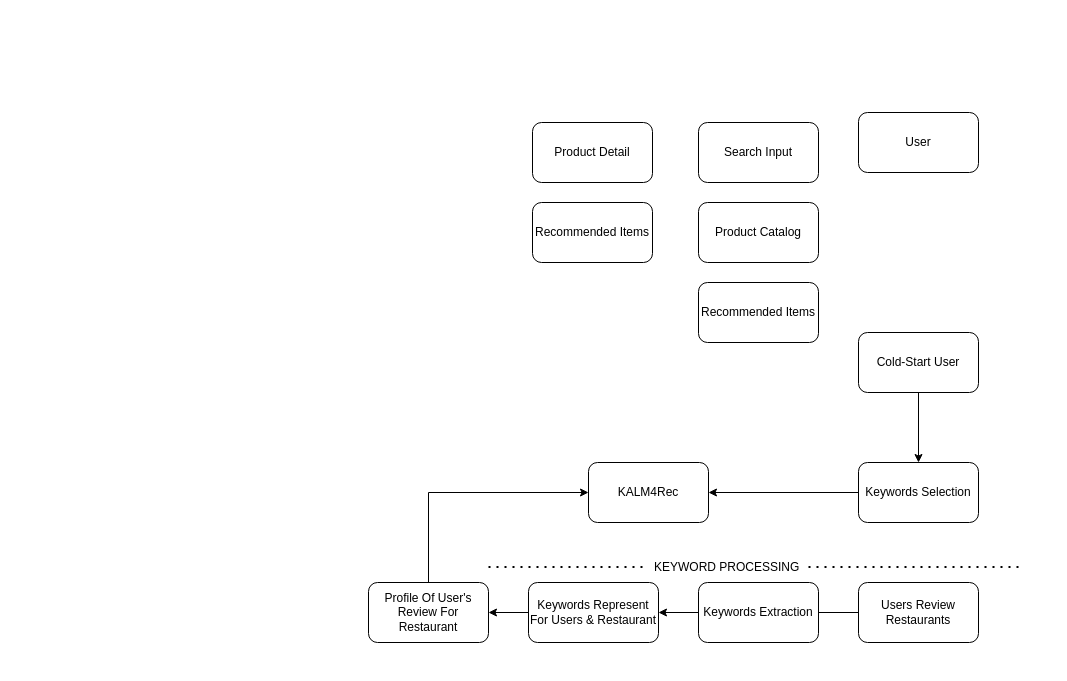
Before: Untitled Diagram.drawio in Mancupfire/KALM4Rec_DemoDesign, a draw.io diagram. Source tidied: cells renumbered, new cells numbered last; positions are measured from the earlier drawing's top-left corner, leaving out a move shared by most shapes. Both pictures are drawn from the tidied source at 100%, with x=0, y=0 at pixel (368, 112).
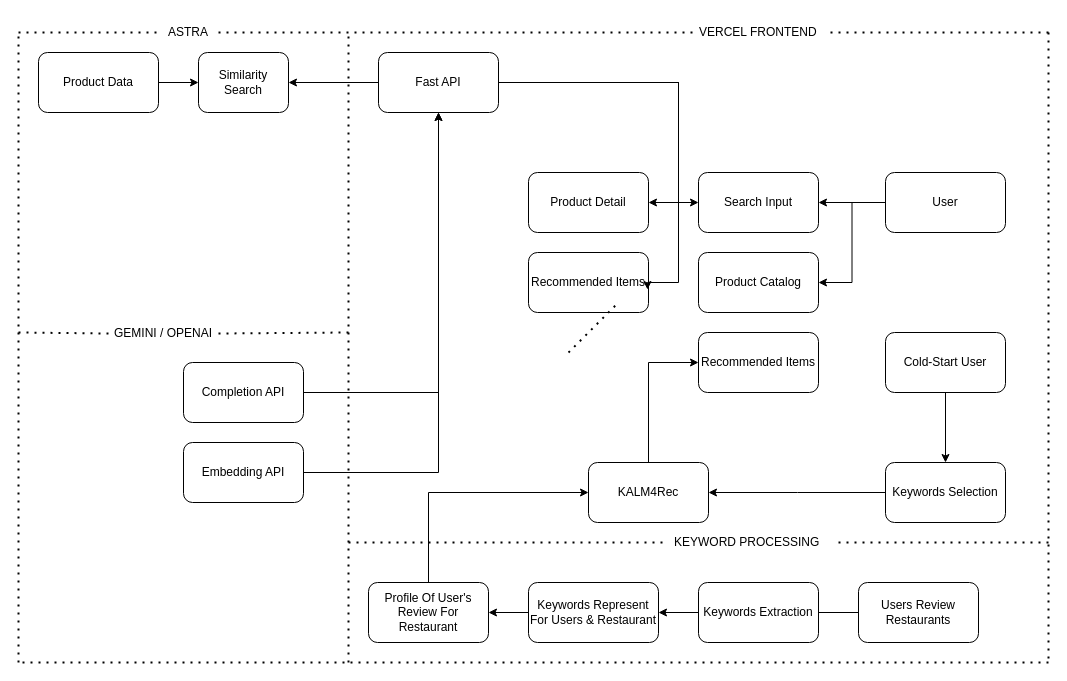
The same diagram, later.

Commit message (it also covers changes not shown here):
KALM4Rec_WebDemoDesign

The change refers to these unchanged cells:
```xml
<mxCell id="7" value="KALM4Rec" style="rounded=1;whiteSpace=wrap;html=1;" parent="1" vertex="1">
  <mxGeometry x="220" y="350" width="120" height="60" as="geometry" />
</mxCell>
```

What changed in the source:
```diff
@@
+    <mxCell id="24" style="edgeStyle=orthogonalEdgeStyle;rounded=0;jettySize=auto;html=1;" parent="1" edge="1" source="2" target="19">
+      <mxGeometry relative="1" as="geometry" />
+    </mxCell>
+    <mxCell id="25" style="edgeStyle=orthogonalEdgeStyle;rounded=0;jettySize=auto;html=1;entryX=1;entryY=0.5;entryDx=0;entryDy=0;" parent="1" edge="1" source="2" target="20">
+      <mxGeometry relative="1" as="geometry" />
+    </mxCell>
     <mxCell id="2" value="User" style="rounded=1;whiteSpace=wrap;html=1;" parent="1" vertex="1">
-      <mxGeometry x="490" width="120" height="60" as="geometry" />
+      <mxGeometry x="517" y="60" width="120" height="60" as="geometry" />
     </mxCell>
@@
     <mxCell id="4" value="Cold-Start User" style="rounded=1;whiteSpace=wrap;html=1;" parent="1" vertex="1">
-      <mxGeometry x="490" y="220" width="120" height="60" as="geometry" />
+      <mxGeometry x="517" y="220" width="120" height="60" as="geometry" />
     </mxCell>
@@
     <mxCell id="6" value="Keywords Selection" style="rounded=1;whiteSpace=wrap;html=1;" parent="1" vertex="1">
-      <mxGeometry x="490" y="350" width="120" height="60" as="geometry" />
+      <mxGeometry x="517" y="350" width="120" height="60" as="geometry" />
     </mxCell>
+    <mxCell id="26" style="edgeStyle=orthogonalEdgeStyle;rounded=0;jettySize=auto;html=1;entryX=0;entryY=0.5;entryDx=0;entryDy=0;" parent="1" edge="1" source="7" target="21">
+      <mxGeometry relative="1" as="geometry" />
+    </mxCell>
@@
-    <mxCell id="8" style="endArrow=none;dashed=1;html=1;dashPattern=1 3;strokeWidth=2;rounded=0;" parent="1" edge="1">
-      <mxGeometry relative="1" as="geometry">
-        <mxPoint x="120" y="454.5" as="sourcePoint" />
-        <mxPoint x="280" y="454.5" as="targetPoint" />
-      </mxGeometry>
-    </mxCell>
-    <mxCell id="9" style="endArrow=none;dashed=1;html=1;dashPattern=1 3;strokeWidth=2;rounded=0;" parent="1" edge="1">
-      <mxGeometry relative="1" as="geometry">
-        <mxPoint x="440" y="454.5" as="sourcePoint" />
-        <mxPoint x="650" y="454.5" as="targetPoint" />
-      </mxGeometry>
-    </mxCell>
-    <mxCell id="10" value="KEYWORD PROCESSING" style="text;strokeColor=none;fillColor=none;align=left;verticalAlign=middle;spacingLeft=4;spacingRight=4;overflow=hidden;points=[[0,0.5],[1,0.5]];portConstraint=eastwest;whiteSpace=wrap;html=1;" parent="1" vertex="1">
-      <mxGeometry x="280" y="440" width="160" height="30" as="geometry" />
-    </mxCell>
@@
     <mxCell id="19" value="Search Input" style="rounded=1;whiteSpace=wrap;html=1;" parent="1" vertex="1">
-      <mxGeometry x="330" y="10" width="120" height="60" as="geometry" />
+      <mxGeometry x="330" y="60" width="120" height="60" as="geometry" />
     </mxCell>
     <mxCell id="20" value="Product Catalog" style="rounded=1;whiteSpace=wrap;html=1;" parent="1" vertex="1">
-      <mxGeometry x="330" y="90" width="120" height="60" as="geometry" />
+      <mxGeometry x="330" y="140" width="120" height="60" as="geometry" />
     </mxCell>
     <mxCell id="21" value="Recommended Items" style="rounded=1;whiteSpace=wrap;html=1;" parent="1" vertex="1">
-      <mxGeometry x="330" y="170" width="120" height="60" as="geometry" />
+      <mxGeometry x="330" y="220" width="120" height="60" as="geometry" />
     </mxCell>
     <mxCell id="22" value="Recommended Items" style="rounded=1;whiteSpace=wrap;html=1;" parent="1" vertex="1">
-      <mxGeometry x="164" y="90" width="120" height="60" as="geometry" />
+      <mxGeometry x="160" y="140" width="120" height="60" as="geometry" />
     </mxCell>
     <mxCell id="23" value="Product Detail" style="rounded=1;whiteSpace=wrap;html=1;" parent="1" vertex="1">
-      <mxGeometry x="164" y="10" width="120" height="60" as="geometry" />
+      <mxGeometry x="160" y="60" width="120" height="60" as="geometry" />
     </mxCell>
+    <mxCell id="27" style="edgeStyle=orthogonalEdgeStyle;rounded=0;jettySize=auto;html=1;entryX=0;entryY=0.5;entryDx=0;entryDy=0;" parent="1" edge="1" source="30" target="19">
+      <mxGeometry relative="1" as="geometry">
+        <Array as="points">
+          <mxPoint x="310" y="-30" />
+          <mxPoint x="310" y="90" />
+        </Array>
+      </mxGeometry>
+    </mxCell>
+    <mxCell id="28" style="edgeStyle=orthogonalEdgeStyle;rounded=0;jettySize=auto;html=1;entryX=1;entryY=0.5;entryDx=0;entryDy=0;" parent="1" edge="1" source="30" target="23">
+      <mxGeometry relative="1" as="geometry">
+        <Array as="points">
+          <mxPoint x="310" y="-30" />
+          <mxPoint x="310" y="90" />
+        </Array>
+      </mxGeometry>
+    </mxCell>
+    <mxCell id="29" style="edgeStyle=orthogonalEdgeStyle;rounded=0;jettySize=auto;html=1;entryX=1;entryY=0.5;entryDx=0;entryDy=0;" parent="1" edge="1" source="30" target="32">
+      <mxGeometry relative="1" as="geometry" />
+    </mxCell>
+    <mxCell id="30" value="Fast API" style="rounded=1;whiteSpace=wrap;html=1;" parent="1" vertex="1">
+      <mxGeometry x="10" y="-60" width="120" height="60" as="geometry" />
+    </mxCell>
+    <mxCell id="31" style="edgeStyle=orthogonalEdgeStyle;rounded=0;jettySize=auto;html=1;entryX=0.992;entryY=0.617;entryDx=0;entryDy=0;entryPerimeter=0;" parent="1" edge="1" source="30" target="22">
+      <mxGeometry relative="1" as="geometry">
+        <Array as="points">
+          <mxPoint x="310" y="-30" />
+          <mxPoint x="310" y="170" />
+          <mxPoint x="279" y="170" />
+        </Array>
+      </mxGeometry>
+    </mxCell>
+    <mxCell id="32" value="Similarity Search" style="rounded=1;whiteSpace=wrap;html=1;" parent="1" vertex="1">
+      <mxGeometry x="-170" y="-60" width="90" height="60" as="geometry" />
+    </mxCell>
+    <mxCell id="33" style="edgeStyle=orthogonalEdgeStyle;rounded=0;jettySize=auto;html=1;entryX=0;entryY=0.5;entryDx=0;entryDy=0;" parent="1" edge="1" source="34" target="32">
+      <mxGeometry relative="1" as="geometry" />
+    </mxCell>
+    <mxCell id="34" value="Product Data" style="rounded=1;whiteSpace=wrap;html=1;" parent="1" vertex="1">
+      <mxGeometry x="-330" y="-60" width="120" height="60" as="geometry" />
+    </mxCell>
+    <mxCell id="35" style="edgeStyle=orthogonalEdgeStyle;rounded=0;jettySize=auto;html=1;entryX=0.5;entryY=1;entryDx=0;entryDy=0;" parent="1" edge="1" source="36" target="30">
+      <mxGeometry relative="1" as="geometry" />
+    </mxCell>
+    <mxCell id="36" value="Completion API" style="rounded=1;whiteSpace=wrap;html=1;" parent="1" vertex="1">
+      <mxGeometry x="-185" y="250" width="120" height="60" as="geometry" />
+    </mxCell>
+    <mxCell id="37" style="edgeStyle=orthogonalEdgeStyle;rounded=0;jettySize=auto;html=1;entryX=0.5;entryY=1;entryDx=0;entryDy=0;" parent="1" edge="1" source="38" target="30">
+      <mxGeometry relative="1" as="geometry" />
+    </mxCell>
+    <mxCell id="38" value="Embedding API" style="rounded=1;whiteSpace=wrap;html=1;" parent="1" vertex="1">
+      <mxGeometry x="-185" y="330" width="120" height="60" as="geometry" />
+    </mxCell>
+    <mxCell id="39" style="endArrow=none;dashed=1;html=1;dashPattern=1 3;strokeWidth=2;rounded=0;" parent="1" edge="1">
+      <mxGeometry relative="1" as="geometry">
+        <mxPoint x="-350" y="550" as="sourcePoint" />
+        <mxPoint x="-350" y="-80" as="targetPoint" />
+      </mxGeometry>
+    </mxCell>
+    <mxCell id="40" style="endArrow=none;dashed=1;html=1;dashPattern=1 3;strokeWidth=2;rounded=0;" parent="1" edge="1">
+      <mxGeometry relative="1" as="geometry">
+        <mxPoint x="680" y="550" as="sourcePoint" />
+        <mxPoint x="-350" y="550" as="targetPoint" />
+      </mxGeometry>
+    </mxCell>
+    <mxCell id="41" style="endArrow=none;dashed=1;html=1;dashPattern=1 3;strokeWidth=2;rounded=0;" parent="1" edge="1">
+      <mxGeometry relative="1" as="geometry">
+        <mxPoint x="680" y="-80" as="sourcePoint" />
+        <mxPoint x="680" y="550" as="targetPoint" />
+      </mxGeometry>
+    </mxCell>
+    <mxCell id="42" style="endArrow=none;dashed=1;html=1;dashPattern=1 3;strokeWidth=2;rounded=0;entryX=0;entryY=0.5;entryDx=0;entryDy=0;" parent="1" edge="1" target="48">
+      <mxGeometry relative="1" as="geometry">
+        <mxPoint x="-150" y="-80" as="sourcePoint" />
+      </mxGeometry>
+    </mxCell>
+    <mxCell id="43" style="endArrow=none;dashed=1;html=1;dashPattern=1 3;strokeWidth=2;rounded=0;" parent="1" edge="1">
+      <mxGeometry relative="1" as="geometry">
+        <mxPoint x="-20" y="550" as="sourcePoint" />
+        <mxPoint x="-20" y="430" as="targetPoint" />
+      </mxGeometry>
+    </mxCell>
+    <mxCell id="44" style="endArrow=none;dashed=1;html=1;dashPattern=1 3;strokeWidth=2;rounded=0;" parent="1" edge="1" source="10">
+      <mxGeometry relative="1" as="geometry">
+        <mxPoint x="680" y="430" as="targetPoint" />
+      </mxGeometry>
+    </mxCell>
+    <mxCell id="45" style="endArrow=none;dashed=1;html=1;dashPattern=1 3;strokeWidth=2;rounded=0;entryX=0;entryY=0.5;entryDx=0;entryDy=0;" parent="1" edge="1" target="10">
+      <mxGeometry relative="1" as="geometry">
+        <mxPoint x="-20" y="430" as="sourcePoint" />
+        <Array as="points">
+          <mxPoint x="110" y="430" />
+        </Array>
+      </mxGeometry>
+    </mxCell>
+    <mxCell id="10" value="KEYWORD PROCESSING" style="text;strokeColor=none;fillColor=none;align=left;verticalAlign=middle;spacingLeft=4;spacingRight=4;overflow=hidden;points=[[0,0.5],[1,0.5]];portConstraint=eastwest;whiteSpace=wrap;html=1;" parent="1" vertex="1">
+      <mxGeometry x="300" y="415" width="170" height="30" as="geometry" />
+    </mxCell>
+    <mxCell id="46" style="endArrow=none;dashed=1;html=1;dashPattern=1 3;strokeWidth=2;rounded=0;" parent="1" edge="1">
+      <mxGeometry relative="1" as="geometry">
+        <mxPoint x="-20" y="430" as="sourcePoint" />
+        <mxPoint x="-20" y="-80" as="targetPoint" />
+      </mxGeometry>
+    </mxCell>
+    <mxCell id="47" style="endArrow=none;dashed=1;html=1;dashPattern=1 3;strokeWidth=2;rounded=0;" parent="1" edge="1">
+      <mxGeometry relative="1" as="geometry">
+        <mxPoint x="680" y="-80" as="sourcePoint" />
+        <mxPoint x="460" y="-80" as="targetPoint" />
+      </mxGeometry>
+    </mxCell>
+    <mxCell id="48" value="VERCEL FRONTEND" style="text;strokeColor=none;fillColor=none;align=left;verticalAlign=middle;spacingLeft=4;spacingRight=4;overflow=hidden;points=[[0,0.5],[1,0.5]];portConstraint=eastwest;whiteSpace=wrap;html=1;" parent="1" vertex="1">
+      <mxGeometry x="325" y="-95" width="130" height="30" as="geometry" />
+    </mxCell>
+    <mxCell id="49" value="&amp;nbsp; &amp;nbsp;ASTRA" style="text;strokeColor=none;fillColor=none;align=left;verticalAlign=middle;spacingLeft=4;spacingRight=4;overflow=hidden;whiteSpace=wrap;html=1;" parent="1" vertex="1">
+      <mxGeometry x="-216" y="-95" width="80" height="30" as="geometry" />
+    </mxCell>
+    <mxCell id="50" style="endArrow=none;dashed=1;html=1;dashPattern=1 3;strokeWidth=2;rounded=0;" parent="1" edge="1">
+      <mxGeometry relative="1" as="geometry">
+        <mxPoint x="-350" y="-80" as="sourcePoint" />
+        <mxPoint x="-210" y="-80" as="targetPoint" />
+      </mxGeometry>
+    </mxCell>
+    <mxCell id="51" style="endArrow=none;dashed=1;html=1;dashPattern=1 3;strokeWidth=2;rounded=0;" parent="1" edge="1">
+      <mxGeometry relative="1" as="geometry">
+        <mxPoint x="200" y="240" as="sourcePoint" />
+        <mxPoint x="250" y="190" as="targetPoint" />
+      </mxGeometry>
+    </mxCell>
+    <mxCell id="52" style="endArrow=none;dashed=1;html=1;dashPattern=1 3;strokeWidth=2;rounded=0;exitX=1;exitY=0.5;exitDx=0;exitDy=0;" parent="1" edge="1" source="54">
+      <mxGeometry relative="1" as="geometry">
+        <mxPoint x="-20" y="220" as="targetPoint" />
+      </mxGeometry>
+    </mxCell>
+    <mxCell id="53" style="endArrow=none;dashed=1;html=1;dashPattern=1 3;strokeWidth=2;rounded=0;entryX=0;entryY=0.5;entryDx=0;entryDy=0;" parent="1" edge="1" target="54">
+      <mxGeometry relative="1" as="geometry">
+        <mxPoint x="-350" y="220" as="sourcePoint" />
+      </mxGeometry>
+    </mxCell>
+    <mxCell id="54" value="GEMINI / OPENAI" style="text;strokeColor=none;fillColor=none;align=left;verticalAlign=middle;spacingLeft=4;spacingRight=4;overflow=hidden;points=[[0,0.5],[1,0.5]];portConstraint=eastwest;whiteSpace=wrap;html=1;" parent="1" vertex="1">
+      <mxGeometry x="-260" y="206" width="110" height="30" as="geometry" />
+    </mxCell>
```
